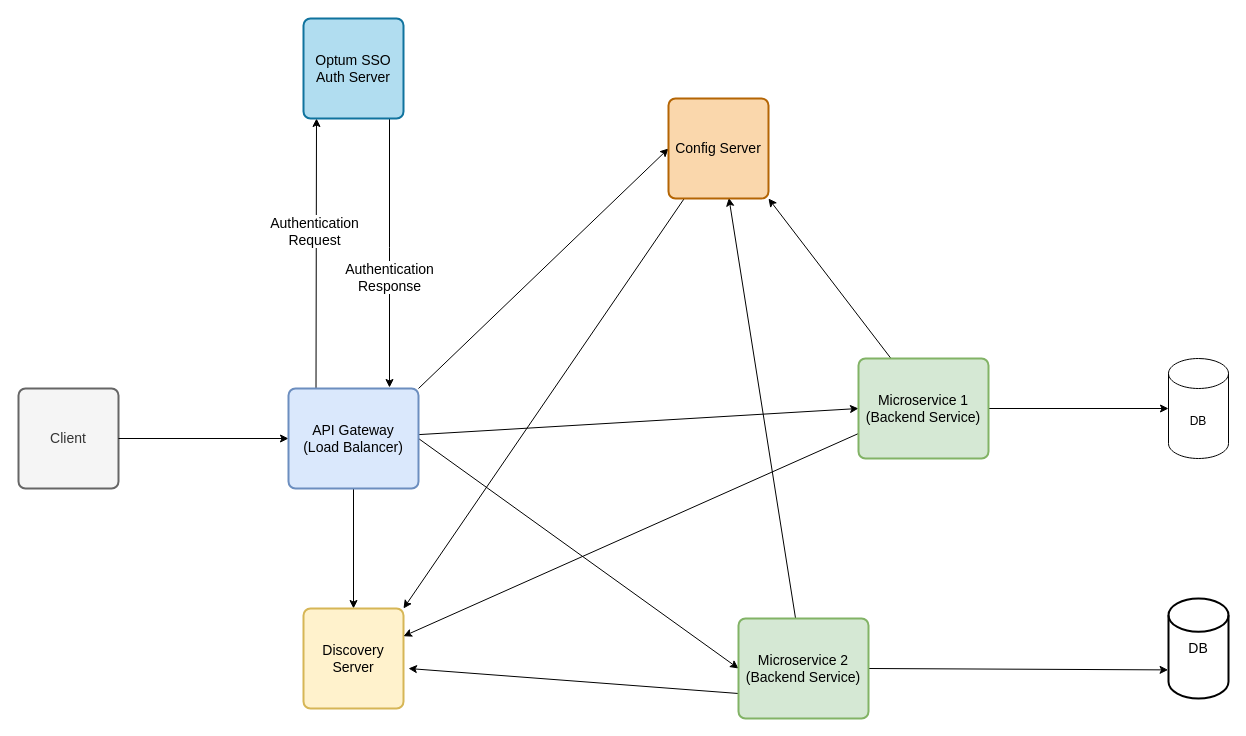
This is MicroServiceArchitecture.drawio from durgeshpatel7317/diagrams, a draw.io file, before an edit. Source tidied: cells renumbered, new cells numbered last; positions are measured from the earlier drawing's top-left corner, leaving out a move shared by most shapes. Both pictures are drawn from the tidied source at 100%, with x=0, y=0 at pixel (18, 18).
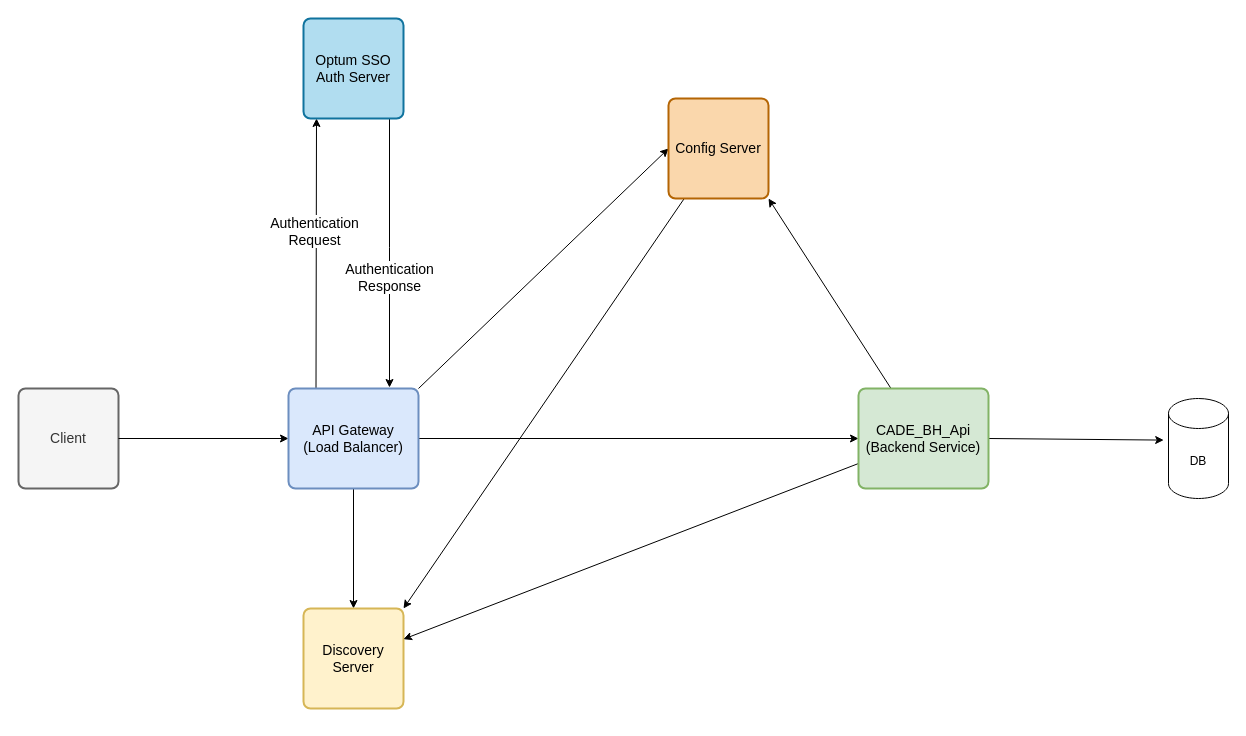
Above is the later version.

The change refers to these unchanged cells:
```xml
<mxCell id="10" value="&lt;font style=&quot;font-size: 14px;&quot;&gt;API Gateway&lt;br&gt;(Load Balancer)&lt;/font&gt;" style="rounded=1;whiteSpace=wrap;html=1;absoluteArcSize=1;arcSize=14;strokeWidth=2;fillColor=#dae8fc;strokeColor=#6c8ebf;" parent="1" vertex="1">
  <mxGeometry x="270" y="370" width="130" height="100" as="geometry" />
</mxCell>
<mxCell id="25" value="Config Server" style="rounded=1;whiteSpace=wrap;html=1;absoluteArcSize=1;arcSize=14;strokeWidth=2;fontSize=14;fillColor=#fad7ac;strokeColor=#b46504;" parent="1" vertex="1">
  <mxGeometry x="650" y="80" width="100" height="100" as="geometry" />
</mxCell>
```

What changed in the source:
```diff
@@
-    <mxCell id="6" style="edgeStyle=none;rounded=0;jettySize=auto;html=1;exitX=1;exitY=0.5;exitDx=0;exitDy=0;entryX=0;entryY=0.5;entryDx=0;entryDy=0;fontSize=14;" parent="1" edge="1" source="10" target="15">
-      <mxGeometry relative="1" as="geometry" />
-    </mxCell>
@@
-    <mxCell id="12" style="edgeStyle=none;rounded=0;jettySize=auto;html=1;exitX=0;exitY=0.75;exitDx=0;exitDy=0;fontSize=14;" parent="1" edge="1" source="15">
-      <mxGeometry relative="1" as="geometry">
-        <mxPoint x="390" y="650" as="targetPoint" />
-      </mxGeometry>
-    </mxCell>
-    <mxCell id="13" style="edgeStyle=none;rounded=0;jettySize=auto;html=1;exitX=1;exitY=0.5;exitDx=0;exitDy=0;entryX=-0.007;entryY=0.714;entryDx=0;entryDy=0;entryPerimeter=0;fontSize=14;" parent="1" edge="1" source="15" target="23">
-      <mxGeometry relative="1" as="geometry" />
-    </mxCell>
-    <mxCell id="14" style="edgeStyle=none;rounded=0;jettySize=auto;html=1;entryX=0.604;entryY=0.994;entryDx=0;entryDy=0;entryPerimeter=0;fontSize=14;" parent="1" edge="1" source="15" target="25">
-      <mxGeometry relative="1" as="geometry" />
-    </mxCell>
-    <mxCell id="15" value="&lt;span style=&quot;font-size: 14px;&quot;&gt;Microservice 2&lt;br&gt;(Backend Service)&lt;br&gt;&lt;/span&gt;" style="rounded=1;whiteSpace=wrap;html=1;absoluteArcSize=1;arcSize=14;strokeWidth=2;fillColor=#d5e8d4;strokeColor=#82b366;" parent="1" vertex="1">
-      <mxGeometry x="720" y="600" width="130" height="100" as="geometry" />
-    </mxCell>
@@
-    <mxCell id="17" style="edgeStyle=none;rounded=0;jettySize=auto;html=1;exitX=1;exitY=0.5;exitDx=0;exitDy=0;fontSize=14;" parent="1" edge="1" source="19">
-      <mxGeometry relative="1" as="geometry">
-        <mxPoint x="1150" y="390" as="targetPoint" />
-      </mxGeometry>
+    <mxCell id="17" style="edgeStyle=none;rounded=0;jettySize=auto;html=1;exitX=1;exitY=0.5;exitDx=0;exitDy=0;fontSize=14;entryX=-0.08;entryY=0.416;entryDx=0;entryDy=0;entryPerimeter=0;" parent="1" edge="1" source="19" target="26">
+      <mxGeometry relative="1" as="geometry" />
     </mxCell>
@@
-    <mxCell id="19" value="&lt;span style=&quot;font-size: 14px;&quot;&gt;Microservice 1 (Backend Service)&lt;/span&gt;" style="rounded=1;whiteSpace=wrap;html=1;absoluteArcSize=1;arcSize=14;strokeWidth=2;fillColor=#d5e8d4;strokeColor=#82b366;" parent="1" vertex="1">
-      <mxGeometry x="840" y="340" width="130" height="100" as="geometry" />
+    <mxCell id="19" value="&lt;span style=&quot;font-size: 14px;&quot;&gt;CADE_BH_Api (Backend Service)&lt;/span&gt;" style="rounded=1;whiteSpace=wrap;html=1;absoluteArcSize=1;arcSize=14;strokeWidth=2;fillColor=#d5e8d4;strokeColor=#82b366;" parent="1" vertex="1">
+      <mxGeometry x="840" y="370" width="130" height="100" as="geometry" />
     </mxCell>
@@
-    <mxCell id="23" value="DB" style="strokeWidth=2;html=1;shape=mxgraph.flowchart.database;whiteSpace=wrap;fontSize=14;" parent="1" vertex="1">
-      <mxGeometry x="1150" y="580" width="60" height="100" as="geometry" />
-    </mxCell>
@@
     <mxCell id="26" value="DB" style="shape=cylinder3;whiteSpace=wrap;html=1;boundedLbl=1;backgroundOutline=1;size=15;" parent="1" vertex="1">
-      <mxGeometry x="1150" y="340" width="60" height="100" as="geometry" />
+      <mxGeometry x="1150" y="380" width="60" height="100" as="geometry" />
     </mxCell>
```
